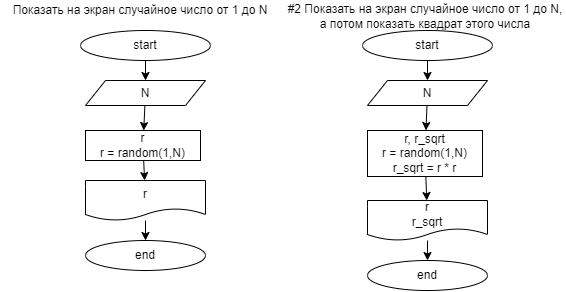
jakkerm/pr_17_05 keeps this draw.io diagram as ex000.drawio.png. Above is the earlier version. Source tidied: cells renumbered, new cells last; positions are measured from the earlier drawing's top-left corner, leaving out a move shared by most shapes.
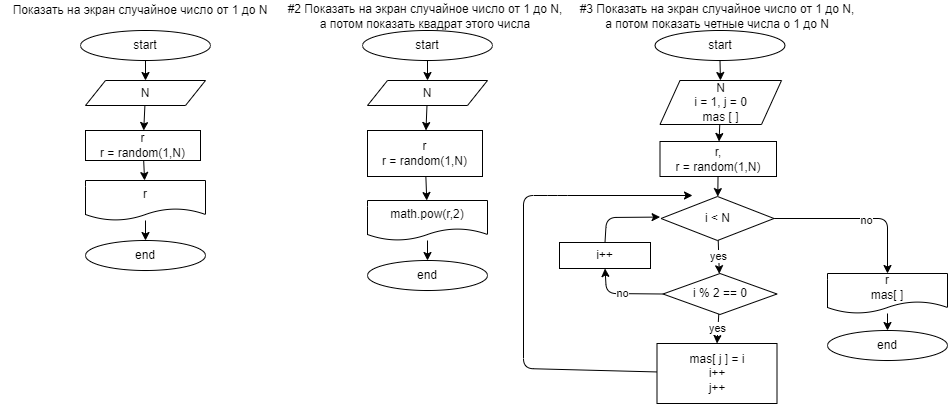
Above is the later version.

The edit, as a diff of the source:
```diff
@@ -50,17 +50,100 @@
     <mxCell id="17" style="edgeStyle=none;html=1;" parent="1" edge="1" source="18" target="20">
       <mxGeometry relative="1" as="geometry" />
     </mxCell>
-    <mxCell id="18" value="r, r_sqrt&lt;br&gt;r = random(1,N)&lt;br&gt;r_sqrt = r * r" style="whiteSpace=wrap;html=1;" parent="1" vertex="1">
+    <mxCell id="18" value="r&lt;br&gt;r = random(1,N)" style="whiteSpace=wrap;html=1;" parent="1" vertex="1">
       <mxGeometry x="367" y="130" width="115" height="46" as="geometry" />
     </mxCell>
     <mxCell id="19" style="edgeStyle=none;html=1;" parent="1" edge="1" source="20" target="21">
       <mxGeometry relative="1" as="geometry" />
     </mxCell>
-    <mxCell id="20" value="r&lt;br&gt;r_sqrt" style="shape=document;whiteSpace=wrap;html=1;boundedLbl=1;" parent="1" vertex="1">
+    <mxCell id="20" value="math.pow(r,2)" style="shape=document;whiteSpace=wrap;html=1;boundedLbl=1;" parent="1" vertex="1">
       <mxGeometry x="367" y="200" width="120" height="40" as="geometry" />
     </mxCell>
     <mxCell id="21" value="end" style="ellipse;whiteSpace=wrap;html=1;" parent="1" vertex="1">
       <mxGeometry x="367" y="260" width="120" height="30" as="geometry" />
     </mxCell>
+    <mxCell id="22" style="edgeStyle=none;html=1;" parent="1" edge="1" source="23" target="26">
+      <mxGeometry relative="1" as="geometry" />
+    </mxCell>
+    <mxCell id="23" value="start" style="ellipse;whiteSpace=wrap;html=1;" parent="1" vertex="1">
+      <mxGeometry x="654.5" y="30" width="130" height="30" as="geometry" />
+    </mxCell>
+    <mxCell id="24" value="#3 Показать на экран случайное число от 1 до N, а потом показать четные числа о 1 до N" style="text;html=1;strokeColor=none;fillColor=none;align=center;verticalAlign=middle;whiteSpace=wrap;rounded=0;" parent="1" vertex="1">
+      <mxGeometry x="577" y="6" width="280" height="20" as="geometry" />
+    </mxCell>
+    <mxCell id="25" style="edgeStyle=none;html=1;" parent="1" edge="1" source="26" target="28">
+      <mxGeometry relative="1" as="geometry" />
+    </mxCell>
+    <mxCell id="26" value="N&lt;br&gt;i = 1, j = 0&lt;br&gt;mas [ ]" style="shape=parallelogram;perimeter=parallelogramPerimeter;whiteSpace=wrap;html=1;fixedSize=1;" parent="1" vertex="1">
+      <mxGeometry x="659.5" y="80" width="121.5" height="44" as="geometry" />
+    </mxCell>
+    <mxCell id="27" style="edgeStyle=none;html=1;" parent="1" edge="1" source="28" target="35">
+      <mxGeometry relative="1" as="geometry" />
+    </mxCell>
+    <mxCell id="28" value="r,&lt;br&gt;r = random(1,N)" style="whiteSpace=wrap;html=1;" parent="1" vertex="1">
+      <mxGeometry x="659.5" y="141" width="116.5" height="35" as="geometry" />
+    </mxCell>
+    <mxCell id="29" style="edgeStyle=none;html=1;" parent="1" edge="1" source="30" target="31">
+      <mxGeometry relative="1" as="geometry" />
+    </mxCell>
+    <mxCell id="30" value="r&lt;br&gt;mas[ ]" style="shape=document;whiteSpace=wrap;html=1;boundedLbl=1;" parent="1" vertex="1">
+      <mxGeometry x="827" y="273" width="120" height="40" as="geometry" />
+    </mxCell>
+    <mxCell id="31" value="end" style="ellipse;whiteSpace=wrap;html=1;" parent="1" vertex="1">
+      <mxGeometry x="827" y="330" width="120" height="30" as="geometry" />
+    </mxCell>
+    <mxCell id="32" value="yes" style="edgeStyle=none;html=1;" parent="1" edge="1" source="35" target="38">
+      <mxGeometry relative="1" as="geometry" />
+    </mxCell>
+    <mxCell id="33" style="edgeStyle=none;html=1;" parent="1" edge="1" source="35" target="30">
+      <mxGeometry relative="1" as="geometry">
+        <Array as="points">
+          <mxPoint x="887" y="218" />
+        </Array>
+      </mxGeometry>
+    </mxCell>
+    <mxCell id="34" value="no" style="edgeLabel;html=1;align=center;verticalAlign=middle;" parent="33" vertex="1">
+      <mxGeometry x="0.09" y="-2" relative="1" as="geometry" />
+    </mxCell>
+    <mxCell id="35" value="i &amp;lt; N" style="rhombus;whiteSpace=wrap;html=1;" parent="1" vertex="1">
+      <mxGeometry x="660.5" y="196" width="113" height="44" as="geometry" />
+    </mxCell>
+    <mxCell id="36" value="yes" style="edgeStyle=none;html=1;entryX=0.5;entryY=0;entryDx=0;entryDy=0;" parent="1" edge="1" source="38" target="42">
+      <mxGeometry relative="1" as="geometry" />
+    </mxCell>
+    <mxCell id="37" value="no" style="edgeStyle=none;html=1;exitX=0;exitY=0.5;exitDx=0;exitDy=0;entryX=0.5;entryY=1;entryDx=0;entryDy=0;" parent="1" edge="1" source="38" target="41">
+      <mxGeometry relative="1" as="geometry">
+        <Array as="points">
+          <mxPoint x="606" y="293" />
+        </Array>
+      </mxGeometry>
+    </mxCell>
+    <mxCell id="38" value="i % 2 == 0" style="rhombus;whiteSpace=wrap;html=1;" parent="1" vertex="1">
+      <mxGeometry x="662.5" y="273" width="114" height="41" as="geometry" />
+    </mxCell>
+    <mxCell id="39" style="edgeStyle=none;html=1;" parent="1" edge="1" source="42">
+      <mxGeometry relative="1" as="geometry">
+        <mxPoint x="692" y="195" as="targetPoint" />
+        <Array as="points">
+          <mxPoint x="523" y="368" />
+          <mxPoint x="523" y="195" />
+          <mxPoint x="557" y="195" />
+        </Array>
+      </mxGeometry>
+    </mxCell>
+    <mxCell id="40" style="edgeStyle=none;html=1;exitX=0.5;exitY=0;exitDx=0;exitDy=0;" parent="1" edge="1" source="41">
+      <mxGeometry relative="1" as="geometry">
+        <mxPoint x="659.6" y="216.6" as="targetPoint" />
+        <Array as="points">
+          <mxPoint x="606" y="217" />
+        </Array>
+      </mxGeometry>
+    </mxCell>
+    <mxCell id="41" value="&lt;span&gt;i++&lt;/span&gt;" style="rounded=0;whiteSpace=wrap;html=1;" parent="1" vertex="1">
+      <mxGeometry x="559" y="242" width="91" height="26" as="geometry" />
+    </mxCell>
+    <mxCell id="42" value="&lt;span&gt;mas[ j ] = i&lt;/span&gt;&lt;br&gt;&lt;span&gt;i++&lt;/span&gt;&lt;br&gt;&lt;span&gt;j++&lt;/span&gt;" style="rounded=0;whiteSpace=wrap;html=1;" parent="1" vertex="1">
+      <mxGeometry x="656.5" y="343" width="120" height="60" as="geometry" />
+    </mxCell>
   </root>
 </mxGraphModel>
```
